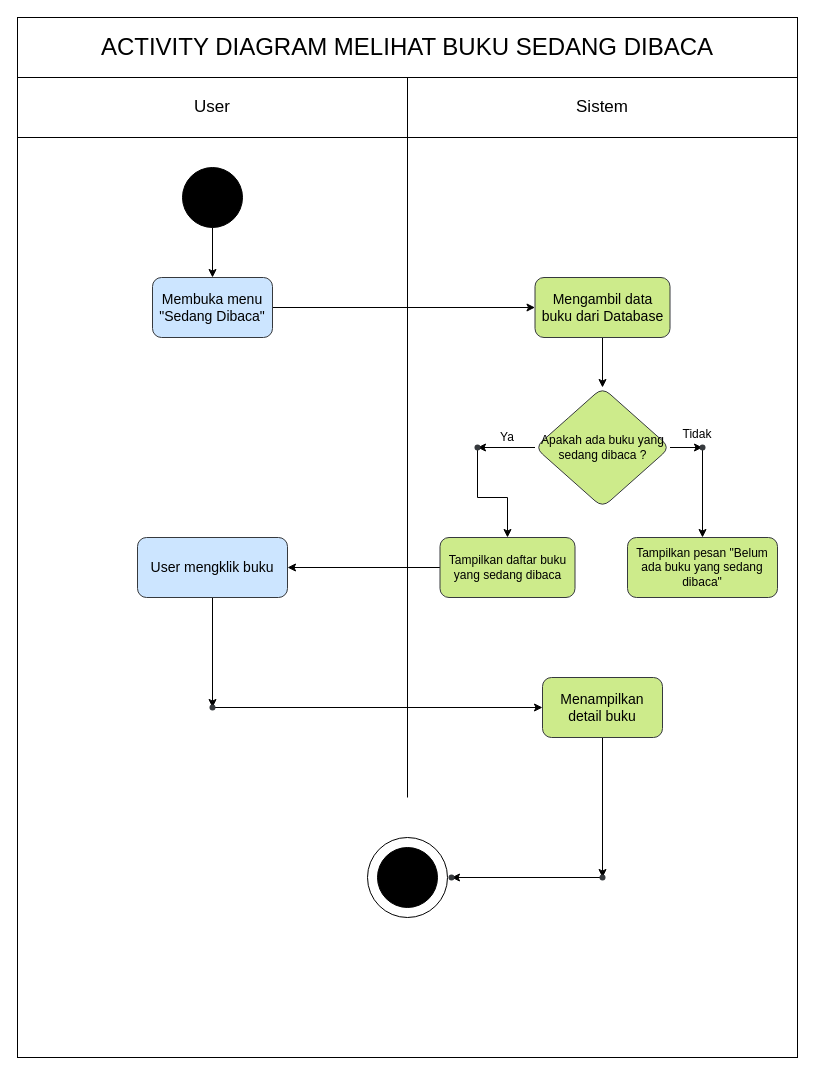
This is UML/ACTIVITY DIAGRAM/MELIHAT_BUKU_SEDANG_DIBACA.drawio from dandyramadhan/kel4_RPL_R7P, a draw.io file, before an edit. Source tidied: cells renumbered, new cells numbered last; positions are measured from the earlier drawing's top-left corner, leaving out a move shared by most shapes. Both pictures are drawn from the tidied source at 100%, with x=0, y=0 at pixel (17, 17).
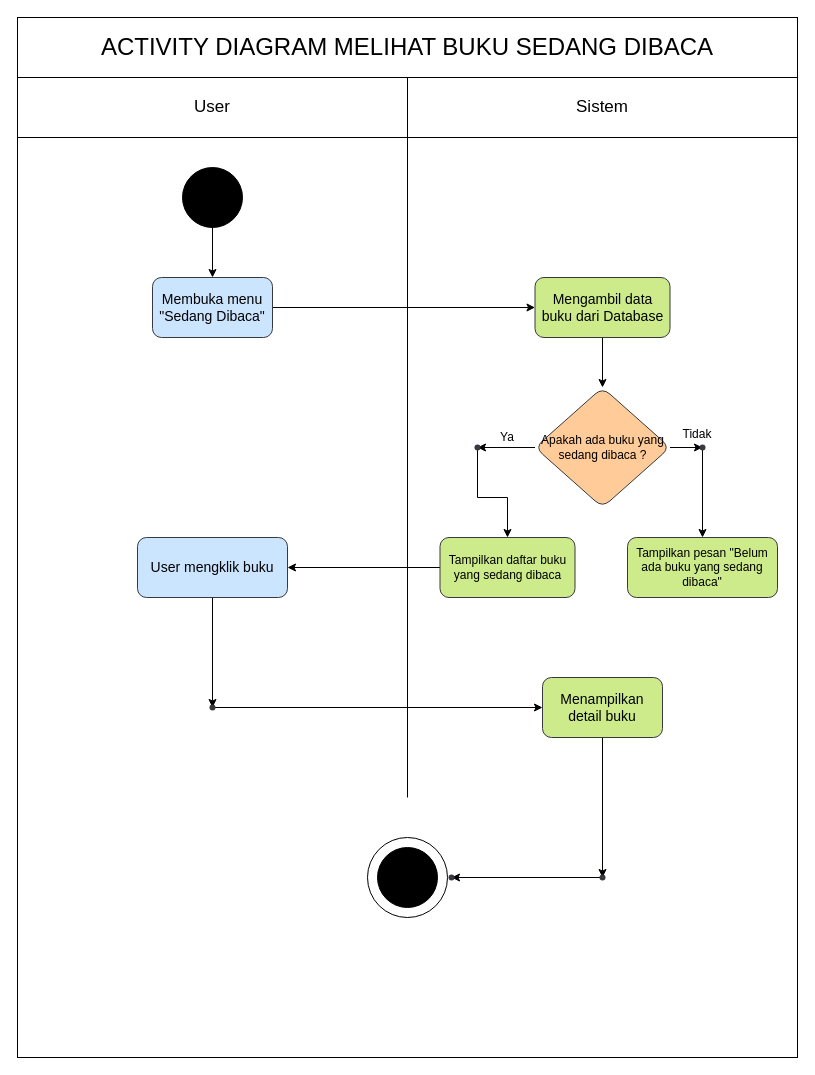
The same page after the edit.

What changed in the source:
```diff
@@
-    <mxCell id="15" value="Apakah ada buku yang sedang dibaca ?" style="rhombus;whiteSpace=wrap;html=1;shapeInside=1;fillColor=#cdeb8b;strokeColor=#36393d;rounded=1;roundedPerimeter=1;" parent="1" vertex="1">
+    <mxCell id="15" value="Apakah ada buku yang sedang dibaca ?" style="rhombus;whiteSpace=wrap;html=1;shapeInside=1;fillColor=#ffcc99;strokeColor=#36393d;rounded=1;roundedPerimeter=1;" parent="1" vertex="1">
       <mxGeometry x="517.5" y="370" width="135" height="120" as="geometry" />
     </mxCell>
```
